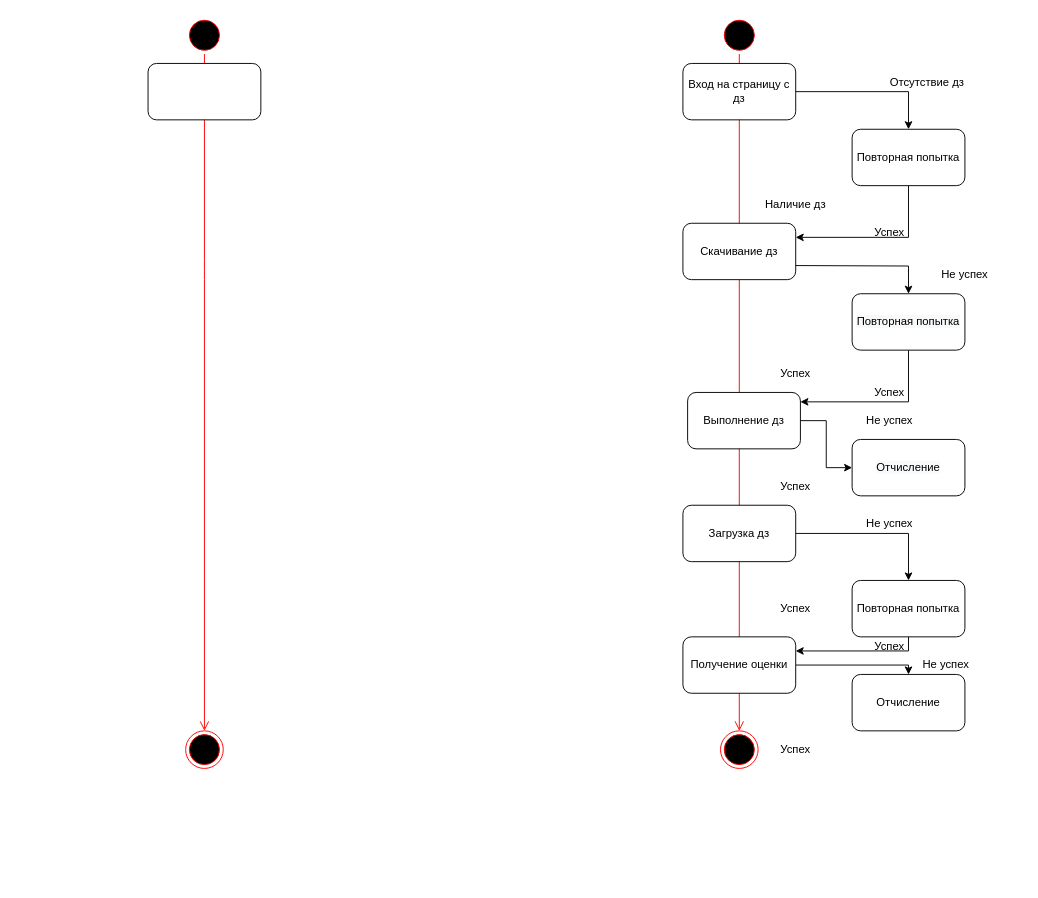
Earlier version of the draw.io diagram state.drawio (Irresjeny/umltest1). Source tidied: cells renumbered, new cells numbered last; positions are measured from the earlier drawing's top-left corner, leaving out a move shared by most shapes. Both pictures are drawn from the tidied source at 94%, with x=0, y=0 at pixel (148, 16).
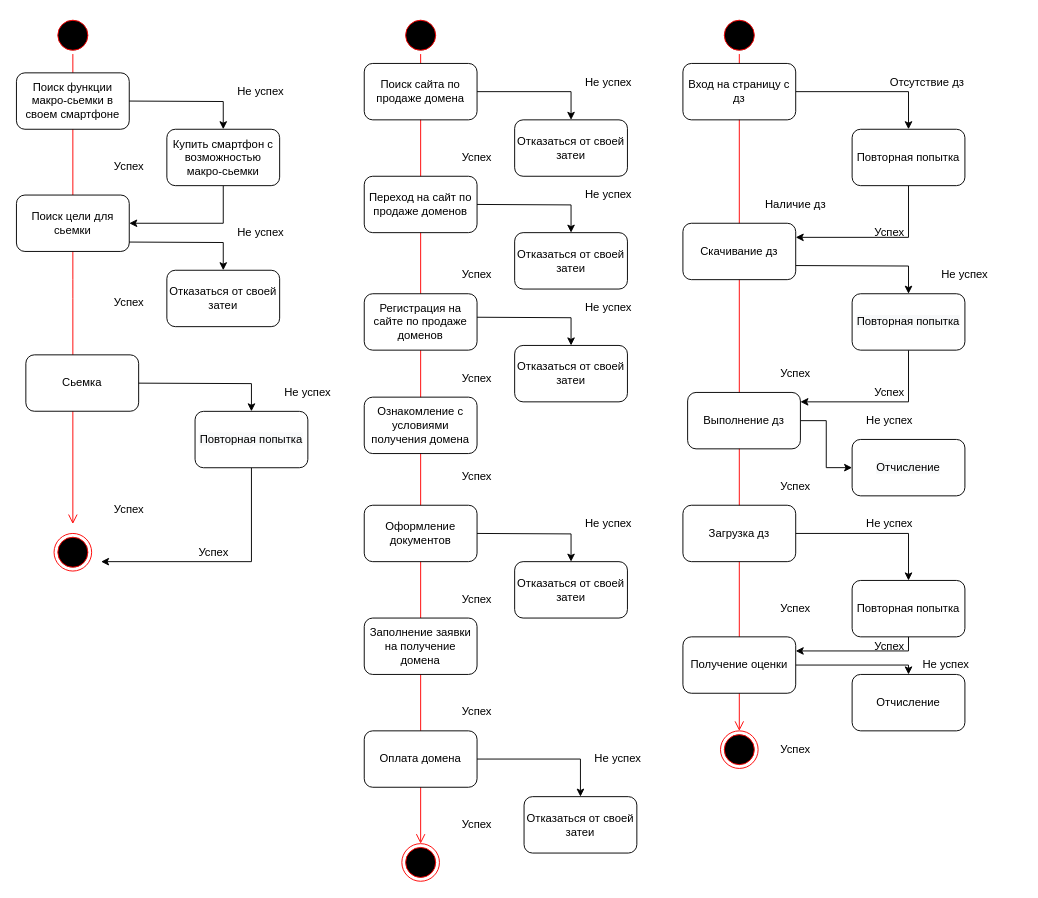
The same page after the edit.

Diff of the diagram source:
```diff
@@
     <mxCell id="36" style="ellipse;html=1;shape=startState;fillColor=#000000;strokeColor=#ff0000;" parent="1" vertex="1">
-      <mxGeometry x="40" width="40" height="40" as="geometry" />
+      <mxGeometry x="270" width="40" height="40" as="geometry" />
     </mxCell>
-    <mxCell id="37" style="edgeStyle=orthogonalEdgeStyle;html=1;verticalAlign=bottom;endArrow=open;endSize=8;strokeColor=#ff0000;" parent="1" edge="1" source="36">
-      <mxGeometry relative="1" as="geometry">
-        <mxPoint x="60" y="760" as="targetPoint" />
-        <Array as="points">
-          <mxPoint x="60" y="270" />
-        </Array>
-      </mxGeometry>
+    <mxCell id="37" style="edgeStyle=orthogonalEdgeStyle;html=1;verticalAlign=bottom;endArrow=open;endSize=8;strokeColor=#ff0000;entryX=0.5;entryY=0;entryDx=0;entryDy=0;" parent="1" edge="1" source="36" target="38">
+      <mxGeometry relative="1" as="geometry" />
     </mxCell>
     <mxCell id="38" style="ellipse;html=1;shape=endState;fillColor=#000000;strokeColor=#ff0000;" parent="1" vertex="1">
-      <mxGeometry x="40" y="760" width="40" height="40" as="geometry" />
+      <mxGeometry x="270" y="880" width="40" height="40" as="geometry" />
     </mxCell>
+    <mxCell id="40" style="edgeStyle=orthogonalEdgeStyle;rounded=0;jettySize=auto;html=1;entryX=0.5;entryY=0;entryDx=0;entryDy=0;" parent="1" edge="1" source="39" target="55">
+      <mxGeometry relative="1" as="geometry" />
+    </mxCell>
-    <mxCell id="39" style="rounded=1;whiteSpace=wrap;html=1;" parent="1" vertex="1">
-      <mxGeometry y="50" width="120" height="60" as="geometry" />
+    <mxCell id="39" value="Поиск сайта по продаже домена" style="rounded=1;whiteSpace=wrap;html=1;" parent="1" vertex="1">
+      <mxGeometry x="230" y="50" width="120" height="60" as="geometry" />
     </mxCell>
+    <mxCell id="41" value="Успех" style="text;html=1;strokeColor=none;fillColor=none;align=center;verticalAlign=middle;whiteSpace=wrap;rounded=0;" parent="1" vertex="1">
+      <mxGeometry x="290" y="140" width="120" height="20" as="geometry" />
+    </mxCell>
+    <mxCell id="42" value="Переход на сайт по продаже доменов" style="rounded=1;whiteSpace=wrap;html=1;" parent="1" vertex="1">
+      <mxGeometry x="230" y="170" width="120" height="60" as="geometry" />
+    </mxCell>
+    <mxCell id="43" value="Успех" style="text;html=1;strokeColor=none;fillColor=none;align=center;verticalAlign=middle;whiteSpace=wrap;rounded=0;" parent="1" vertex="1">
+      <mxGeometry x="290" y="265" width="120" height="20" as="geometry" />
+    </mxCell>
+    <mxCell id="44" value="Регистрация на сайте по продаже доменов" style="rounded=1;whiteSpace=wrap;html=1;" parent="1" vertex="1">
+      <mxGeometry x="230" y="295" width="120" height="60" as="geometry" />
+    </mxCell>
+    <mxCell id="45" value="Успех" style="text;html=1;strokeColor=none;fillColor=none;align=center;verticalAlign=middle;whiteSpace=wrap;rounded=0;" parent="1" vertex="1">
+      <mxGeometry x="290" y="375" width="120" height="20" as="geometry" />
+    </mxCell>
+    <mxCell id="46" value="Ознакомление с условиями получения домена" style="rounded=1;whiteSpace=wrap;html=1;" parent="1" vertex="1">
+      <mxGeometry x="230" y="405" width="120" height="60" as="geometry" />
+    </mxCell>
+    <mxCell id="47" value="Успех" style="text;html=1;strokeColor=none;fillColor=none;align=center;verticalAlign=middle;whiteSpace=wrap;rounded=0;" parent="1" vertex="1">
+      <mxGeometry x="290" y="480" width="120" height="20" as="geometry" />
+    </mxCell>
+    <mxCell id="48" value="Оформление документов" style="rounded=1;whiteSpace=wrap;html=1;" parent="1" vertex="1">
+      <mxGeometry x="230" y="520" width="120" height="60" as="geometry" />
+    </mxCell>
+    <mxCell id="49" value="Успех" style="text;html=1;strokeColor=none;fillColor=none;align=center;verticalAlign=middle;whiteSpace=wrap;rounded=0;" parent="1" vertex="1">
+      <mxGeometry x="290" y="610" width="120" height="20" as="geometry" />
+    </mxCell>
+    <mxCell id="50" value="Заполнение заявки на получение домена" style="rounded=1;whiteSpace=wrap;html=1;" parent="1" vertex="1">
+      <mxGeometry x="230" y="640" width="120" height="60" as="geometry" />
+    </mxCell>
+    <mxCell id="51" style="edgeStyle=orthogonalEdgeStyle;rounded=0;jettySize=auto;html=1;entryX=0.5;entryY=0;entryDx=0;entryDy=0;" parent="1" edge="1" source="52" target="66">
+      <mxGeometry relative="1" as="geometry" />
+    </mxCell>
+    <mxCell id="52" value="Оплата домена" style="rounded=1;whiteSpace=wrap;html=1;" parent="1" vertex="1">
+      <mxGeometry x="230" y="760" width="120" height="60" as="geometry" />
+    </mxCell>
+    <mxCell id="53" value="Успех" style="text;html=1;strokeColor=none;fillColor=none;align=center;verticalAlign=middle;whiteSpace=wrap;rounded=0;" parent="1" vertex="1">
+      <mxGeometry x="290" y="730" width="120" height="20" as="geometry" />
+    </mxCell>
+    <mxCell id="54" value="Успех" style="text;html=1;strokeColor=none;fillColor=none;align=center;verticalAlign=middle;whiteSpace=wrap;rounded=0;" parent="1" vertex="1">
+      <mxGeometry x="290" y="850" width="120" height="20" as="geometry" />
+    </mxCell>
+    <mxCell id="55" value="Отказаться от своей затеи" style="rounded=1;whiteSpace=wrap;html=1;" parent="1" vertex="1">
+      <mxGeometry x="390" y="110" width="120" height="60" as="geometry" />
+    </mxCell>
+    <mxCell id="56" value="Не успех" style="text;html=1;strokeColor=none;fillColor=none;align=center;verticalAlign=middle;whiteSpace=wrap;rounded=0;" parent="1" vertex="1">
+      <mxGeometry x="430" y="60" width="120" height="20" as="geometry" />
+    </mxCell>
+    <mxCell id="57" style="edgeStyle=orthogonalEdgeStyle;rounded=0;jettySize=auto;html=1;entryX=0.5;entryY=0;entryDx=0;entryDy=0;" parent="1" edge="1" target="58">
+      <mxGeometry relative="1" as="geometry">
+        <mxPoint x="350" y="200" as="sourcePoint" />
+      </mxGeometry>
+    </mxCell>
+    <mxCell id="58" value="Отказаться от своей затеи" style="rounded=1;whiteSpace=wrap;html=1;" parent="1" vertex="1">
+      <mxGeometry x="390" y="230" width="120" height="60" as="geometry" />
+    </mxCell>
+    <mxCell id="59" value="Не успех" style="text;html=1;strokeColor=none;fillColor=none;align=center;verticalAlign=middle;whiteSpace=wrap;rounded=0;" parent="1" vertex="1">
+      <mxGeometry x="430" y="180" width="120" height="20" as="geometry" />
+    </mxCell>
+    <mxCell id="60" style="edgeStyle=orthogonalEdgeStyle;rounded=0;jettySize=auto;html=1;entryX=0.5;entryY=0;entryDx=0;entryDy=0;" parent="1" edge="1" target="61">
+      <mxGeometry relative="1" as="geometry">
+        <mxPoint x="350" y="320" as="sourcePoint" />
+      </mxGeometry>
+    </mxCell>
+    <mxCell id="61" value="Отказаться от своей затеи" style="rounded=1;whiteSpace=wrap;html=1;" parent="1" vertex="1">
+      <mxGeometry x="390" y="350" width="120" height="60" as="geometry" />
+    </mxCell>
+    <mxCell id="62" value="Не успех" style="text;html=1;strokeColor=none;fillColor=none;align=center;verticalAlign=middle;whiteSpace=wrap;rounded=0;" parent="1" vertex="1">
+      <mxGeometry x="430" y="300" width="120" height="20" as="geometry" />
+    </mxCell>
+    <mxCell id="63" style="edgeStyle=orthogonalEdgeStyle;rounded=0;jettySize=auto;html=1;entryX=0.5;entryY=0;entryDx=0;entryDy=0;" parent="1" edge="1" target="64">
+      <mxGeometry relative="1" as="geometry">
+        <mxPoint x="350" y="550" as="sourcePoint" />
+      </mxGeometry>
+    </mxCell>
+    <mxCell id="64" value="Отказаться от своей затеи" style="rounded=1;whiteSpace=wrap;html=1;" parent="1" vertex="1">
+      <mxGeometry x="390" y="580" width="120" height="60" as="geometry" />
+    </mxCell>
+    <mxCell id="65" value="Не успех" style="text;html=1;strokeColor=none;fillColor=none;align=center;verticalAlign=middle;whiteSpace=wrap;rounded=0;" parent="1" vertex="1">
+      <mxGeometry x="430" y="530" width="120" height="20" as="geometry" />
+    </mxCell>
+    <mxCell id="66" value="Отказаться от своей затеи" style="rounded=1;whiteSpace=wrap;html=1;" parent="1" vertex="1">
+      <mxGeometry x="400" y="830" width="120" height="60" as="geometry" />
+    </mxCell>
+    <mxCell id="67" value="Не успех" style="text;html=1;strokeColor=none;fillColor=none;align=center;verticalAlign=middle;whiteSpace=wrap;rounded=0;" parent="1" vertex="1">
+      <mxGeometry x="440" y="780" width="120" height="20" as="geometry" />
+    </mxCell>
+    <mxCell id="68" style="ellipse;html=1;shape=startState;fillColor=#000000;strokeColor=#ff0000;" parent="1" vertex="1">
+      <mxGeometry x="-100" width="40" height="40" as="geometry" />
+    </mxCell>
+    <mxCell id="69" style="edgeStyle=orthogonalEdgeStyle;html=1;verticalAlign=bottom;endArrow=open;endSize=8;strokeColor=#ff0000;" parent="1" edge="1" source="68">
+      <mxGeometry relative="1" as="geometry">
+        <mxPoint x="-80" y="540" as="targetPoint" />
+      </mxGeometry>
+    </mxCell>
+    <mxCell id="70" value="Поиск функции макро-сьемки в своем смартфоне" style="rounded=1;whiteSpace=wrap;html=1;" parent="1" vertex="1">
+      <mxGeometry x="-140" y="60" width="120" height="60" as="geometry" />
+    </mxCell>
+    <mxCell id="71" style="edgeStyle=orthogonalEdgeStyle;rounded=0;jettySize=auto;html=1;entryX=0.5;entryY=0;entryDx=0;entryDy=0;" parent="1" edge="1" target="74">
+      <mxGeometry relative="1" as="geometry">
+        <mxPoint x="-20" y="90" as="sourcePoint" />
+      </mxGeometry>
+    </mxCell>
+    <mxCell id="72" value="Успех" style="text;html=1;strokeColor=none;fillColor=none;align=center;verticalAlign=middle;whiteSpace=wrap;rounded=0;" parent="1" vertex="1">
+      <mxGeometry x="-80" y="150" width="120" height="20" as="geometry" />
+    </mxCell>
+    <mxCell id="73" style="edgeStyle=orthogonalEdgeStyle;rounded=0;jettySize=auto;html=1;entryX=1;entryY=0.5;entryDx=0;entryDy=0;" parent="1" edge="1" source="74" target="76">
+      <mxGeometry relative="1" as="geometry">
+        <Array as="points">
+          <mxPoint x="80" y="220" />
+        </Array>
+      </mxGeometry>
+    </mxCell>
+    <mxCell id="74" value="Купить смартфон с возможностью макро-сьемки" style="rounded=1;whiteSpace=wrap;html=1;" parent="1" vertex="1">
+      <mxGeometry x="20" y="120" width="120" height="60" as="geometry" />
+    </mxCell>
+    <mxCell id="75" value="Не успех" style="text;html=1;strokeColor=none;fillColor=none;align=center;verticalAlign=middle;whiteSpace=wrap;rounded=0;" parent="1" vertex="1">
+      <mxGeometry x="60" y="70" width="120" height="20" as="geometry" />
+    </mxCell>
+    <mxCell id="76" value="Поиск цели для сьемки" style="rounded=1;whiteSpace=wrap;html=1;" parent="1" vertex="1">
+      <mxGeometry x="-140" y="190" width="120" height="60" as="geometry" />
+    </mxCell>
+    <mxCell id="77" value="Успех" style="text;html=1;strokeColor=none;fillColor=none;align=center;verticalAlign=middle;whiteSpace=wrap;rounded=0;" parent="1" vertex="1">
+      <mxGeometry x="-80" y="295" width="120" height="20" as="geometry" />
+    </mxCell>
+    <mxCell id="78" style="edgeStyle=orthogonalEdgeStyle;rounded=0;jettySize=auto;html=1;entryX=0.5;entryY=0;entryDx=0;entryDy=0;" parent="1" edge="1" target="79">
+      <mxGeometry relative="1" as="geometry">
+        <mxPoint x="-20" y="240" as="sourcePoint" />
+      </mxGeometry>
+    </mxCell>
+    <mxCell id="79" value="Отказаться от своей затеи" style="rounded=1;whiteSpace=wrap;html=1;" parent="1" vertex="1">
+      <mxGeometry x="20" y="270" width="120" height="60" as="geometry" />
+    </mxCell>
+    <mxCell id="80" value="Не успех" style="text;html=1;strokeColor=none;fillColor=none;align=center;verticalAlign=middle;whiteSpace=wrap;rounded=0;" parent="1" vertex="1">
+      <mxGeometry x="60" y="220" width="120" height="20" as="geometry" />
+    </mxCell>
+    <mxCell id="81" value="Сьемка" style="rounded=1;whiteSpace=wrap;html=1;" parent="1" vertex="1">
+      <mxGeometry x="-130" y="360" width="120" height="60" as="geometry" />
+    </mxCell>
+    <mxCell id="82" value="Не успех" style="text;html=1;strokeColor=none;fillColor=none;align=center;verticalAlign=middle;whiteSpace=wrap;rounded=0;" parent="1" vertex="1">
+      <mxGeometry x="110" y="390.1" width="120" height="20" as="geometry" />
+    </mxCell>
+    <mxCell id="83" value="Успех" style="text;html=1;strokeColor=none;fillColor=none;align=center;verticalAlign=middle;whiteSpace=wrap;rounded=0;" parent="1" vertex="1">
+      <mxGeometry x="-80" y="515.1" width="120" height="20" as="geometry" />
+    </mxCell>
+    <mxCell id="84" style="edgeStyle=orthogonalEdgeStyle;rounded=0;jettySize=auto;html=1;entryX=0.5;entryY=0;entryDx=0;entryDy=0;" parent="1" edge="1" target="86">
+      <mxGeometry relative="1" as="geometry">
+        <mxPoint x="-10" y="390.1" as="sourcePoint" />
+      </mxGeometry>
+    </mxCell>
+    <mxCell id="85" style="edgeStyle=orthogonalEdgeStyle;rounded=0;jettySize=auto;html=1;" parent="1" edge="1" source="86">
+      <mxGeometry relative="1" as="geometry">
+        <mxPoint x="-50" y="580" as="targetPoint" />
+        <Array as="points">
+          <mxPoint x="110" y="580" />
+        </Array>
+      </mxGeometry>
+    </mxCell>
+    <mxCell id="86" value="&#10;&#10;&lt;span style=&quot;color: rgb(0, 0, 0); font-family: helvetica; font-size: 12px; font-style: normal; font-weight: 400; letter-spacing: normal; text-align: center; text-indent: 0px; text-transform: none; word-spacing: 0px; background-color: rgb(248, 249, 250); display: inline; float: none;&quot;&gt;Повторная попытка&lt;/span&gt;&#10;&#10;" style="whiteSpace=wrap;html=1;rounded=1;" parent="1" vertex="1">
+      <mxGeometry x="50" y="420.1" width="120" height="60" as="geometry" />
+    </mxCell>
+    <mxCell id="87" value="Успех" style="text;html=1;strokeColor=none;fillColor=none;align=center;verticalAlign=middle;whiteSpace=wrap;rounded=0;" parent="1" vertex="1">
+      <mxGeometry x="10" y="560" width="120" height="20" as="geometry" />
+    </mxCell>
+    <mxCell id="88" style="ellipse;html=1;shape=endState;fillColor=#000000;strokeColor=#ff0000;" parent="1" vertex="1">
+      <mxGeometry x="-100" y="550" width="40" height="40" as="geometry" />
+    </mxCell>
```
